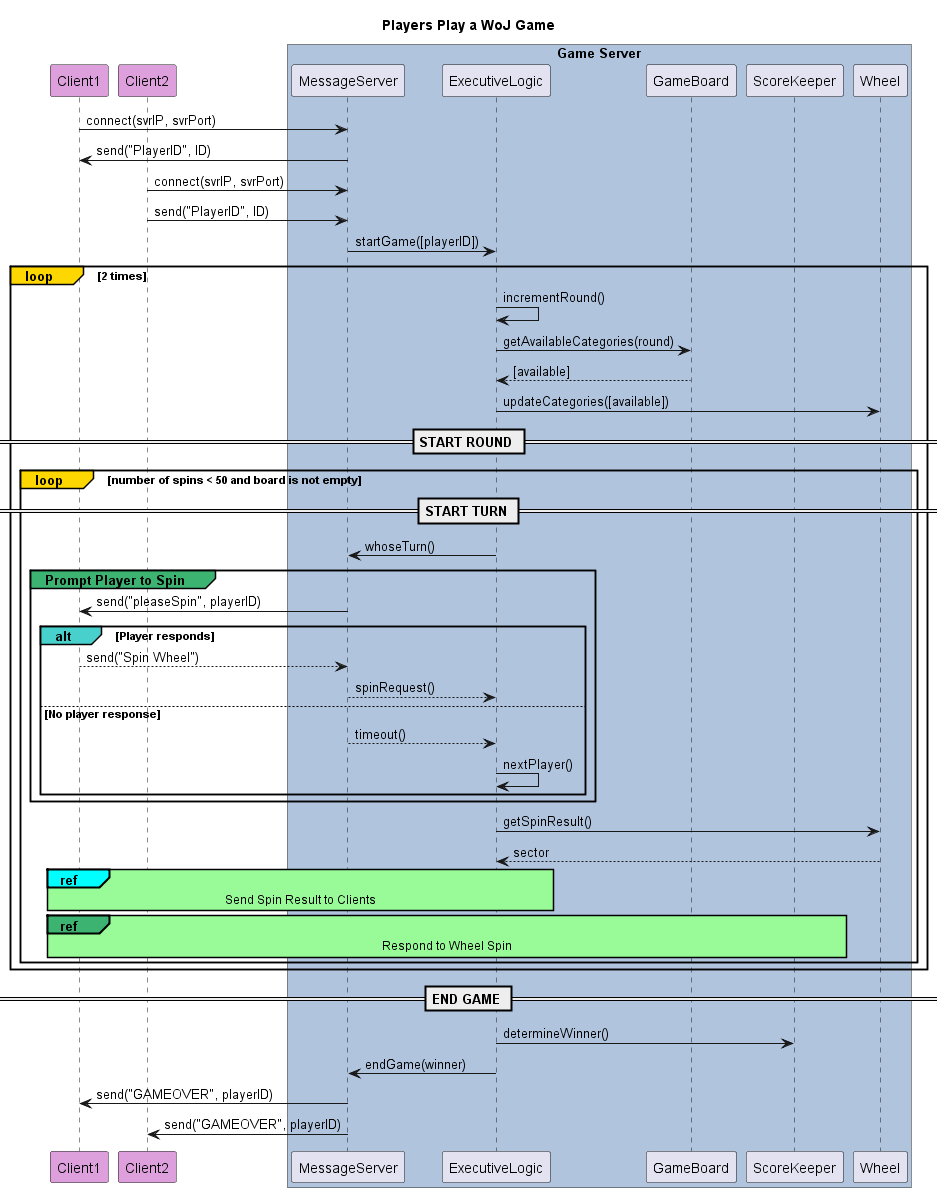
Earlier version of the PlantUML export out/diagrams/sequence-diagram/Players Play a WoJ Game.png (poszy/def_spinit_project).
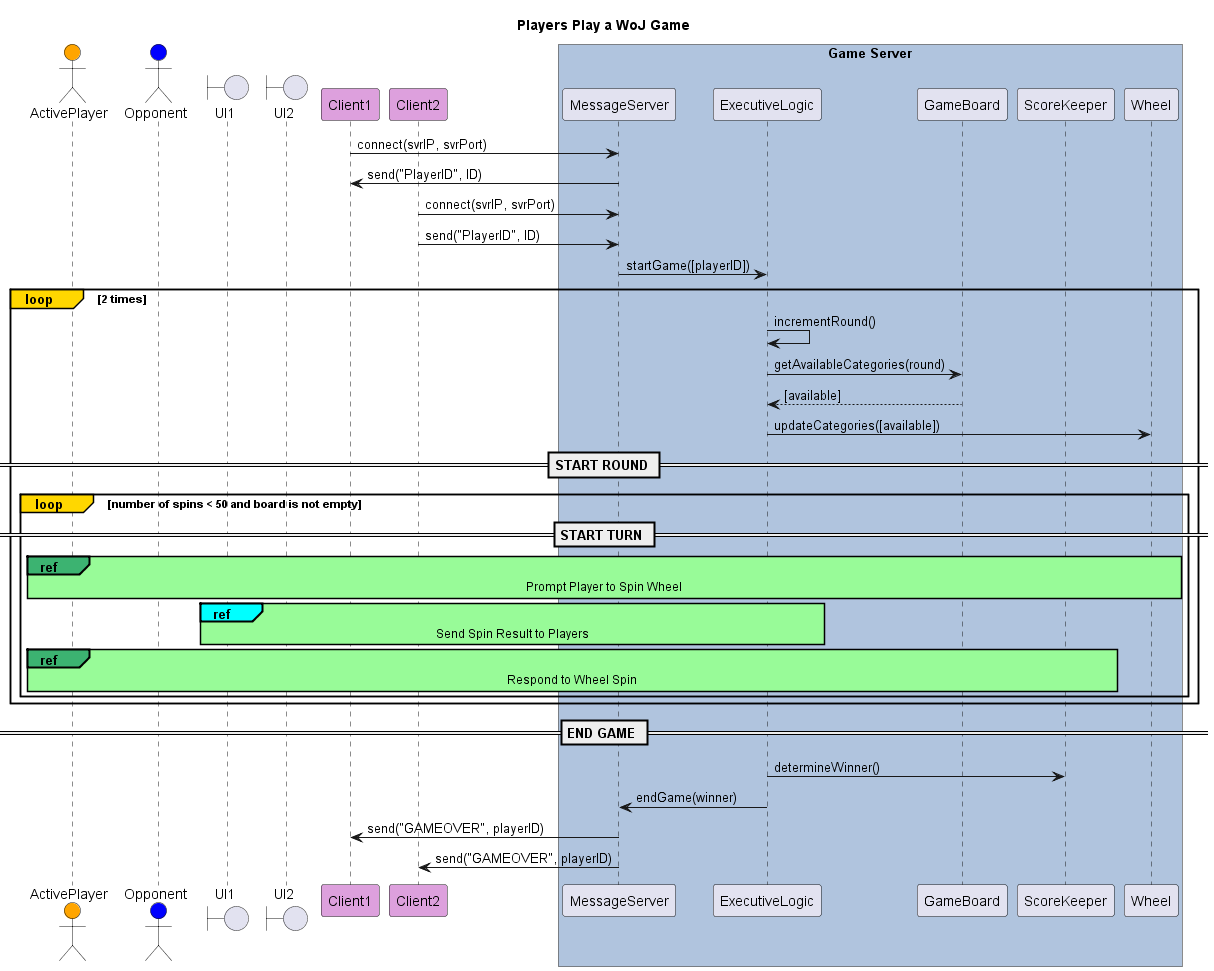
Later version of the same file.

Change to the diagram source:
```diff
@@ -2,6 +2,12 @@
 title Players Play a WoJ Game
 skinparam sequenceReferenceBackgroundColor palegreen
 skinparam sequenceReferenceHeaderBackgroundColor  mediumseagreen
+
+actor ActivePlayer as Player1 #Orange
+actor Opponent as Player2 #blue
+
+boundary    UI1
+boundary    UI2
 
 participant Client1 #Plum
 participant Client2 #Plum
@@ -15,6 +21,7 @@
 
 Client1 -> Server: connect(svrIP, svrPort)
 Client1 <- Server: send("PlayerID", ID)
+
 Client2 -> Server: connect(svrIP, svrPort)
 Client2 -> Server: send("PlayerID", ID)
 
@@ -22,37 +29,25 @@
 Server -> ExecutiveLogic : startGame([playerID])
 loop#Gold 2 times
     ExecutiveLogic -> ExecutiveLogic: incrementRound()
+
     ExecutiveLogic -> GameBoard : getAvailableCategories(round)
     ExecutiveLogic <-- GameBoard : [available]
     ExecutiveLogic -> Wheel : updateCategories([available])
     == START ROUND ==
     loop#Gold number of spins < 50 and board is not empty
         == START TURN ==
-        Server <- ExecutiveLogic : whoseTurn()
 
-        group#mediumseagreen Prompt Player to Spin
-            Client1 <- Server: send("pleaseSpin", playerID)
-
-            alt#MediumTurquoise Player responds
-
-                Client1 --> Server: send("Spin Wheel")
-                Server --> ExecutiveLogic: spinRequest()
-
-            else No player response
-                Server --> ExecutiveLogic: timeout()
-                ExecutiveLogic -> ExecutiveLogic: nextPlayer()
-
-            end
-        end
-
-        ExecutiveLogic -> Wheel : getSpinResult()
-        ExecutiveLogic <-- Wheel : sector
-
-        ref#Cyan over Client1, ExecutiveLogic
-            Send Spin Result to Clients
+        ref over Player1, Wheel
+            Prompt Player to Spin Wheel
         end ref
 
-        ref over Client1, ScoreKeeper
+
+
+        ref#Cyan over UI1, ExecutiveLogic
+            Send Spin Result to Players
+        end ref
+
+        ref over Player1, ScoreKeeper
             Respond to Wheel Spin
         end ref
 
```
